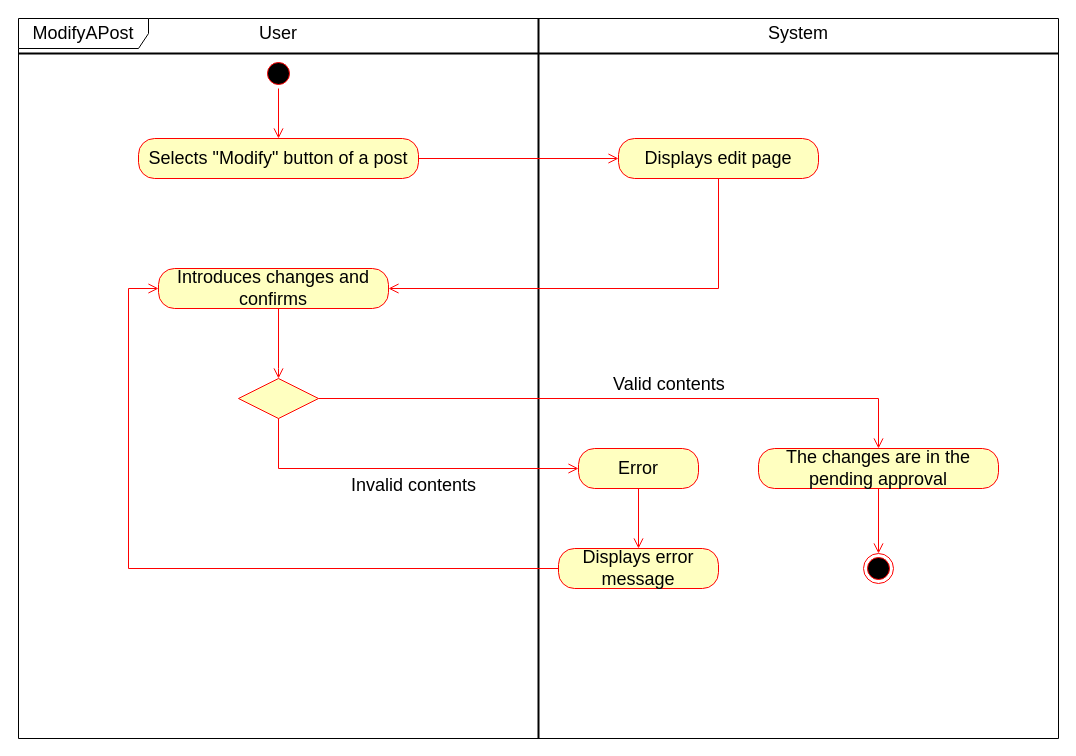
matteovisotto/SE2-CecchettoSirianiVisotto keeps this draw.io diagram as page "ModifyAPost" (4 of 5) of Use cases diagram/User.drawio. Above is the earlier version. Source tidied: cells renumbered, new cells numbered last; positions are measured from the earlier drawing's top-left corner, leaving out a move shared by most shapes. Both pictures are drawn from the tidied source at 100%, with x=0, y=0 at pixel (18, 18).
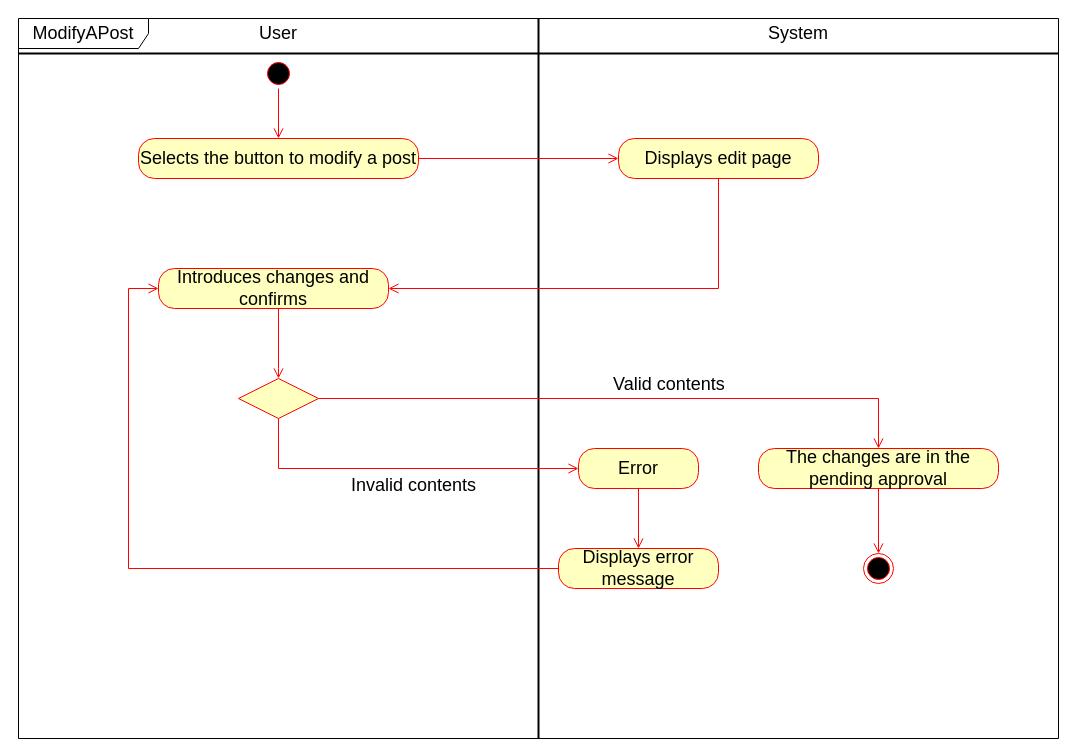
After the change.

Diff of the diagram source:
```diff
@@
-    <mxCell id="12" value="&lt;font style=&quot;font-size: 18px&quot;&gt;Selects &quot;Modify&quot; button of a post&lt;/font&gt;" style="rounded=1;whiteSpace=wrap;html=1;arcSize=40;fontColor=#000000;fillColor=#ffffc0;strokeColor=#ff0000;" parent="1" vertex="1">
+    <mxCell id="12" value="&lt;font style=&quot;font-size: 18px&quot;&gt;Selects the button to modify a post&lt;/font&gt;" style="rounded=1;whiteSpace=wrap;html=1;arcSize=40;fontColor=#000000;fillColor=#ffffc0;strokeColor=#ff0000;" parent="1" vertex="1">
       <mxGeometry x="120" y="120" width="280" height="40" as="geometry" />
     </mxCell>
```
